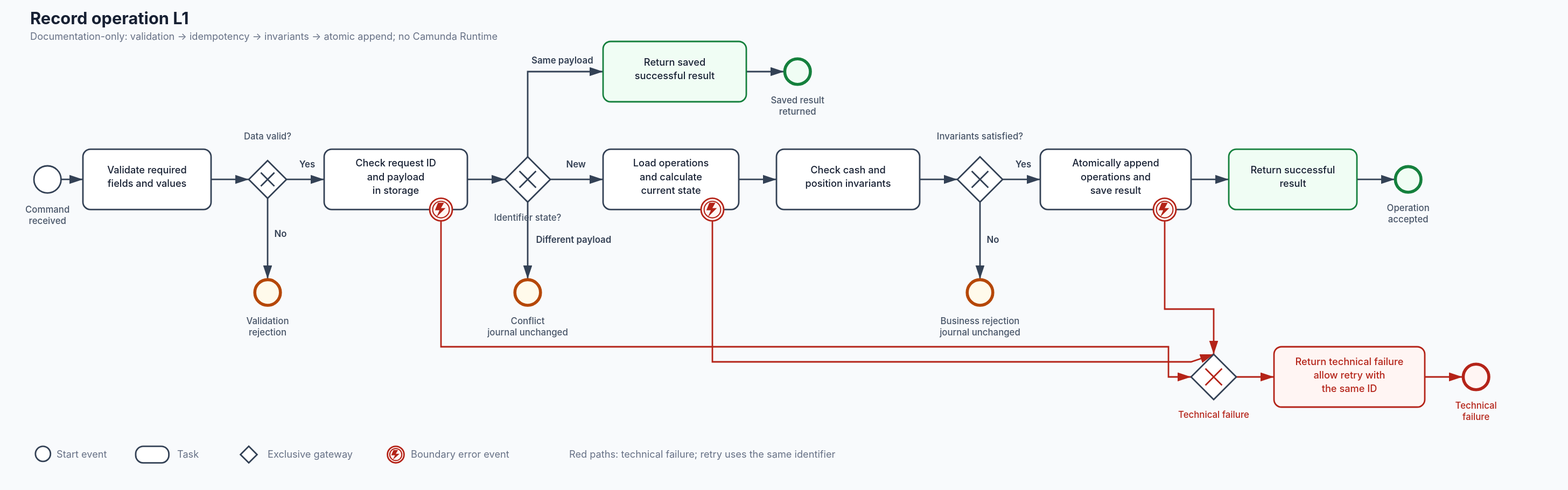
The BPMN diagram docs/processes/record-operation-l1.svg in anton415/go-investment-ledger, before a commit. Its source is kept beside it as docs/processes/record-operation-l1.bpmn. Ids are renumbered.
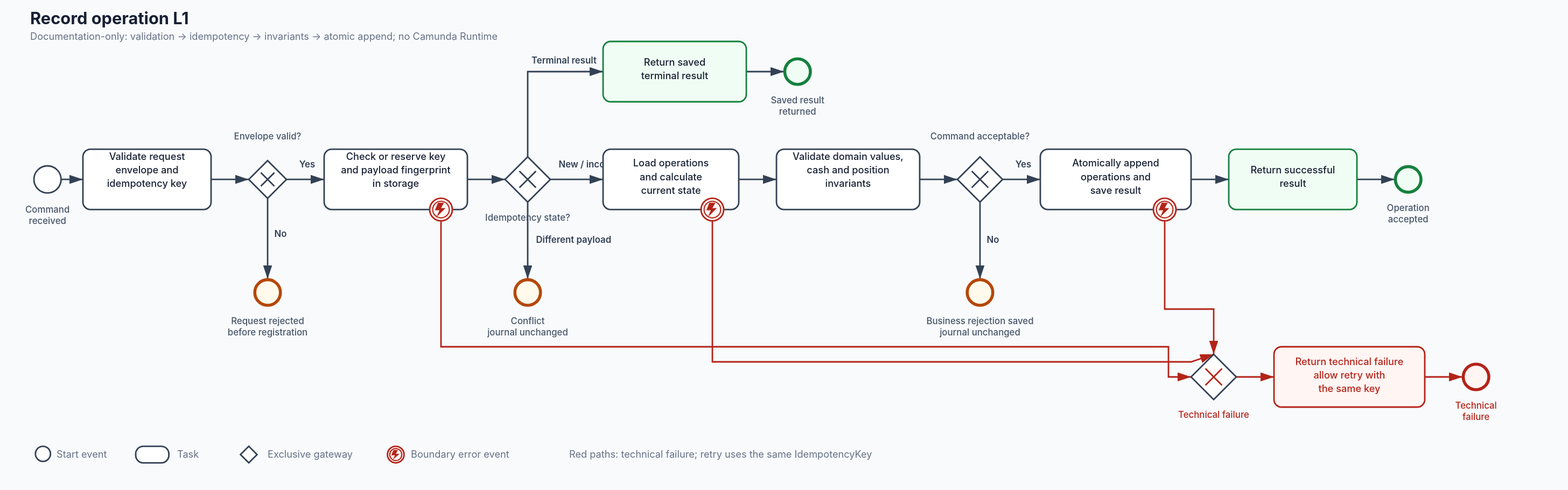
Above is the later version.

Commit message:
docs: define S02 language and command semantics

Change to the diagram source:
```diff
@@ -19,22 +19,22 @@
       <bpmn:outgoing>Flow_Start_Validate</bpmn:outgoing>
     </bpmn:startEvent>
 
-    <bpmn:task id="Task_Validate" name="Validate required fields and values">
+    <bpmn:task id="Task_Validate" name="Validate request envelope and idempotency key">
       <bpmn:incoming>Flow_Start_Validate</bpmn:incoming>
       <bpmn:outgoing>Flow_Validate_Result</bpmn:outgoing>
     </bpmn:task>
 
-    <bpmn:exclusiveGateway id="Gateway_Validation" name="Data valid?" gatewayDirection="Diverging">
+    <bpmn:exclusiveGateway id="Gateway_Validation" name="Request envelope valid?" gatewayDirection="Diverging">
       <bpmn:incoming>Flow_Validate_Result</bpmn:incoming>
       <bpmn:outgoing>Flow_Validation_Valid</bpmn:outgoing>
       <bpmn:outgoing>Flow_Validation_Invalid</bpmn:outgoing>
     </bpmn:exclusiveGateway>
 
-    <bpmn:endEvent id="EndEvent_ValidationRejected" name="Validation rejection">
+    <bpmn:endEvent id="EndEvent_ValidationRejected" name="Request rejected before command registration">
       <bpmn:incoming>Flow_Validation_Invalid</bpmn:incoming>
     </bpmn:endEvent>
 
-    <bpmn:task id="Task_CheckIdempotency" name="Check request identifier and payload">
+    <bpmn:task id="Task_CheckIdempotency" name="Check or reserve idempotency key and payload fingerprint">
       <bpmn:incoming>Flow_Validation_Valid</bpmn:incoming>
       <bpmn:outgoing>Flow_Idempotency_Result</bpmn:outgoing>
     </bpmn:task>
@@ -48,14 +48,14 @@
       <bpmn:errorEventDefinition id="ErrorEventDefinition_Idempotency" errorRef="Error_TechnicalFailure" />
     </bpmn:boundaryEvent>
 
-    <bpmn:exclusiveGateway id="Gateway_IdentityState" name="Identifier state?" gatewayDirection="Diverging">
+    <bpmn:exclusiveGateway id="Gateway_IdentityState" name="Idempotency state?" gatewayDirection="Diverging">
       <bpmn:incoming>Flow_Idempotency_Result</bpmn:incoming>
       <bpmn:outgoing>Flow_Identity_New</bpmn:outgoing>
       <bpmn:outgoing>Flow_Identity_SamePayload</bpmn:outgoing>
       <bpmn:outgoing>Flow_Identity_DifferentPayload</bpmn:outgoing>
     </bpmn:exclusiveGateway>
 
-    <bpmn:task id="Task_ReturnSavedResult" name="Return saved successful result">
+    <bpmn:task id="Task_ReturnSavedResult" name="Return saved terminal result">
       <bpmn:incoming>Flow_Identity_SamePayload</bpmn:incoming>
       <bpmn:outgoing>Flow_SavedResult_End</bpmn:outgoing>
     </bpmn:task>
@@ -82,18 +82,18 @@
       <bpmn:errorEventDefinition id="ErrorEventDefinition_LoadState" errorRef="Error_TechnicalFailure" />
     </bpmn:boundaryEvent>
 
-    <bpmn:task id="Task_CheckInvariants" name="Check cash and position invariants">
+    <bpmn:task id="Task_CheckInvariants" name="Validate domain values, cash and position invariants">
       <bpmn:incoming>Flow_State_CheckRules</bpmn:incoming>
       <bpmn:outgoing>Flow_Rules_Result</bpmn:outgoing>
     </bpmn:task>
 
-    <bpmn:exclusiveGateway id="Gateway_Invariants" name="Invariants satisfied?" gatewayDirection="Diverging">
+    <bpmn:exclusiveGateway id="Gateway_Invariants" name="Command acceptable?" gatewayDirection="Diverging">
       <bpmn:incoming>Flow_Rules_Result</bpmn:incoming>
       <bpmn:outgoing>Flow_Invariants_Satisfied</bpmn:outgoing>
       <bpmn:outgoing>Flow_Invariants_Rejected</bpmn:outgoing>
     </bpmn:exclusiveGateway>
 
-    <bpmn:endEvent id="EndEvent_BusinessRejected" name="Business rejection — journal unchanged">
+    <bpmn:endEvent id="EndEvent_BusinessRejected" name="Business rejection saved — journal unchanged">
       <bpmn:incoming>Flow_Invariants_Rejected</bpmn:incoming>
     </bpmn:endEvent>
 
@@ -127,7 +127,7 @@
       <bpmn:outgoing>Flow_Technical_Return</bpmn:outgoing>
     </bpmn:exclusiveGateway>
 
-    <bpmn:task id="Task_ReturnTechnicalFailure" name="Return technical failure; allow retry with same ID">
+    <bpmn:task id="Task_ReturnTechnicalFailure" name="Return technical failure; allow retry with same idempotency key">
       <bpmn:incoming>Flow_Technical_Return</bpmn:incoming>
       <bpmn:outgoing>Flow_Technical_End</bpmn:outgoing>
     </bpmn:task>
@@ -145,11 +145,11 @@
       <bpmn:conditionExpression xsi:type="bpmn:tFormalExpression">validationResult = "invalid"</bpmn:conditionExpression>
     </bpmn:sequenceFlow>
     <bpmn:sequenceFlow id="Flow_Idempotency_Result" sourceRef="Task_CheckIdempotency" targetRef="Gateway_IdentityState" />
-    <bpmn:sequenceFlow id="Flow_Identity_New" name="New" sourceRef="Gateway_IdentityState" targetRef="Task_LoadState">
-      <bpmn:conditionExpression xsi:type="bpmn:tFormalExpression">identityState = "new"</bpmn:conditionExpression>
+    <bpmn:sequenceFlow id="Flow_Identity_New" name="New or incomplete" sourceRef="Gateway_IdentityState" targetRef="Task_LoadState">
+      <bpmn:conditionExpression xsi:type="bpmn:tFormalExpression">identityState = "new" or identityState = "same-payload-without-result"</bpmn:conditionExpression>
     </bpmn:sequenceFlow>
-    <bpmn:sequenceFlow id="Flow_Identity_SamePayload" name="Same payload" sourceRef="Gateway_IdentityState" targetRef="Task_ReturnSavedResult">
-      <bpmn:conditionExpression xsi:type="bpmn:tFormalExpression">identityState = "same-payload"</bpmn:conditionExpression>
+    <bpmn:sequenceFlow id="Flow_Identity_SamePayload" name="Terminal result" sourceRef="Gateway_IdentityState" targetRef="Task_ReturnSavedResult">
+      <bpmn:conditionExpression xsi:type="bpmn:tFormalExpression">identityState = "same-payload-with-result"</bpmn:conditionExpression>
     </bpmn:sequenceFlow>
     <bpmn:sequenceFlow id="Flow_Identity_DifferentPayload" name="Different payload" sourceRef="Gateway_IdentityState" targetRef="EndEvent_Conflict">
       <bpmn:conditionExpression xsi:type="bpmn:tFormalExpression">identityState = "different-payload"</bpmn:conditionExpression>
```
